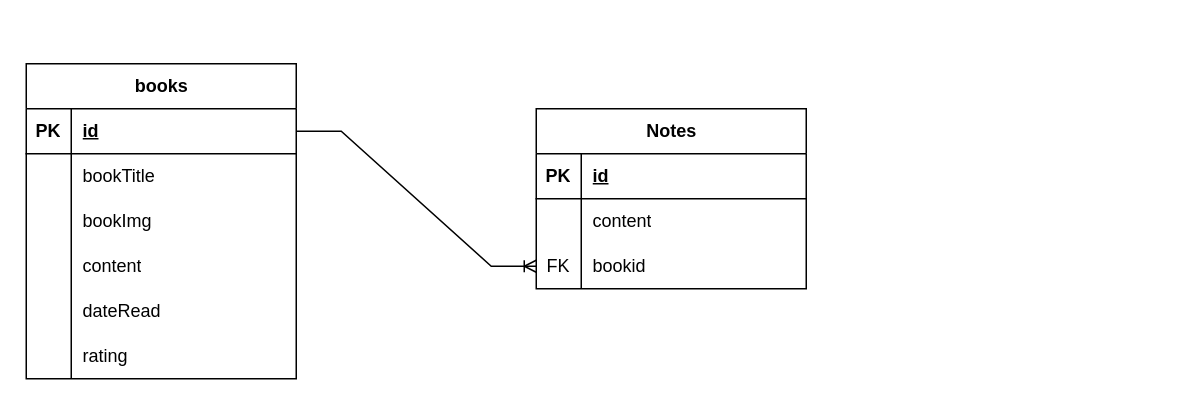
The draw.io diagram .idea/db diagram/database.drawio in Skioulis/Book-Notes, before the edit. Source tidied: cells renumbered, new cells numbered last; positions are measured from the earlier drawing's top-left corner, leaving out a move shared by most shapes. Both pictures are drawn from the tidied source at 150%, with x=0, y=0 at pixel (26, 63).
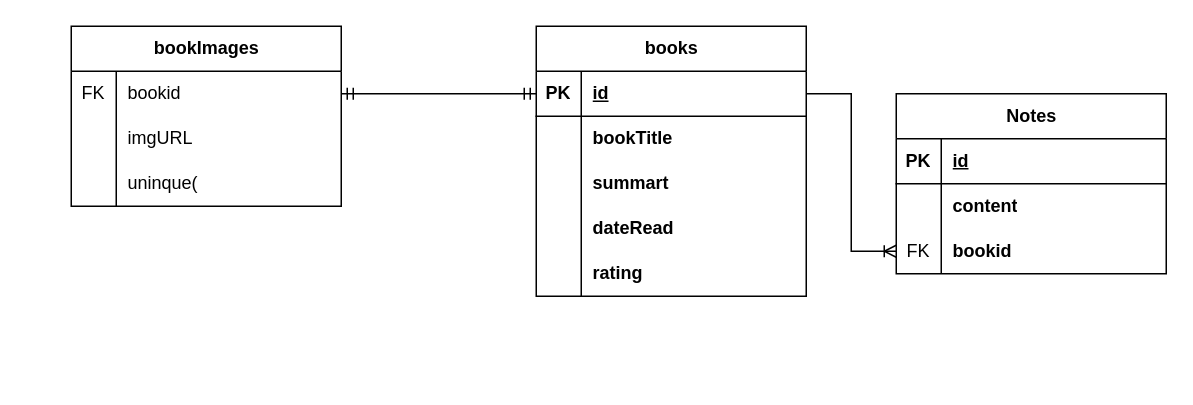
The same page after the edit.

Unchanged cells that the change refers to:
```xml
<mxCell id="3" style="shape=tableRow;horizontal=0;startSize=0;swimlaneHead=0;swimlaneBody=0;fillColor=none;points=[[0,0.5],[1,0.5]];portConstraint=eastwest;top=0;left=0;right=0;bottom=1;" parent="2" vertex="1">
  <mxGeometry y="30" width="180" height="30" as="geometry" />
</mxCell>
<mxCell id="6" style="shape=tableRow;horizontal=0;startSize=0;swimlaneHead=0;swimlaneBody=0;fillColor=none;top=0;left=0;right=0;bottom=0;" parent="2" vertex="1">
  <mxGeometry y="60" width="180" height="30" as="geometry" />
</mxCell>
<mxCell id="25" style="shape=tableRow;horizontal=0;startSize=0;swimlaneHead=0;swimlaneBody=0;fillColor=none;top=0;left=0;right=0;bottom=0;" parent="21" vertex="1">
  <mxGeometry y="60" width="180" height="30" as="geometry" />
</mxCell>
<mxCell id="28" style="shape=tableRow;horizontal=0;startSize=0;swimlaneHead=0;swimlaneBody=0;fillColor=none;points=[[0,0.5],[1,0.5]];portConstraint=eastwest;top=0;left=0;right=0;bottom=0;" parent="21" vertex="1">
  <mxGeometry y="90" width="180" height="30" as="geometry" />
</mxCell>
```

The edit, as a diff of the source:
```diff
@@
     <mxCell id="2" value="books" style="shape=table;startSize=30;childLayout=tableLayout;rowLines=0;fontStyle=1;align=center;html=1;" parent="1" vertex="1">
-      <mxGeometry width="180" height="210" as="geometry" />
+      <mxGeometry x="340" y="-25" width="180" height="180" as="geometry" />
     </mxCell>
@@
-    <mxCell id="8" value="bookTitle" style="shape=partialRectangle;fillColor=none;top=0;left=0;bottom=0;right=0;align=left;spacingLeft=6;overflow=hidden;whiteSpace=wrap;html=1;" parent="6" vertex="1">
+    <mxCell id="8" value="&lt;b&gt;bookTitle&lt;/b&gt;" style="shape=partialRectangle;fillColor=none;top=0;left=0;bottom=0;right=0;align=left;spacingLeft=6;overflow=hidden;whiteSpace=wrap;html=1;" parent="6" vertex="1">
       <mxGeometry x="30" width="150" height="30" as="geometry" />
     </mxCell>
-    <mxCell id="9" style="shape=tableRow;horizontal=0;startSize=0;swimlaneHead=0;swimlaneBody=0;fillColor=none;top=0;left=0;right=0;bottom=0;" parent="2" vertex="1">
-      <mxGeometry y="90" width="180" height="30" as="geometry" />
-    </mxCell>
-    <mxCell id="10" style="shape=partialRectangle;fillColor=none;top=0;left=0;bottom=0;right=0;overflow=hidden;whiteSpace=wrap;html=1;" parent="9" vertex="1">
-      <mxGeometry width="30" height="30" as="geometry" />
-    </mxCell>
-    <mxCell id="11" value="bookImg" style="shape=partialRectangle;fillColor=none;top=0;left=0;bottom=0;right=0;align=left;spacingLeft=6;overflow=hidden;whiteSpace=wrap;html=1;" parent="9" vertex="1">
-      <mxGeometry x="30" width="150" height="30" as="geometry" />
-    </mxCell>
     <mxCell id="12" style="shape=tableRow;horizontal=0;startSize=0;swimlaneHead=0;swimlaneBody=0;fillColor=none;top=0;left=0;right=0;bottom=0;" parent="2" vertex="1">
-      <mxGeometry y="120" width="180" height="30" as="geometry" />
+      <mxGeometry y="90" width="180" height="30" as="geometry" />
     </mxCell>
@@
-    <mxCell id="14" value="content" style="shape=partialRectangle;fillColor=none;top=0;left=0;bottom=0;right=0;align=left;spacingLeft=6;overflow=hidden;whiteSpace=wrap;html=1;" parent="12" vertex="1">
+    <mxCell id="14" value="summart" style="shape=partialRectangle;fillColor=none;top=0;left=0;bottom=0;right=0;align=left;spacingLeft=6;overflow=hidden;whiteSpace=wrap;html=1;fontStyle=1;" parent="12" vertex="1">
       <mxGeometry x="30" width="150" height="30" as="geometry" />
     </mxCell>
     <mxCell id="15" style="shape=tableRow;horizontal=0;startSize=0;swimlaneHead=0;swimlaneBody=0;fillColor=none;top=0;left=0;right=0;bottom=0;" parent="2" vertex="1">
-      <mxGeometry y="150" width="180" height="30" as="geometry" />
+      <mxGeometry y="120" width="180" height="30" as="geometry" />
     </mxCell>
@@
-    <mxCell id="17" value="dateRead" style="shape=partialRectangle;fillColor=none;top=0;left=0;bottom=0;right=0;align=left;spacingLeft=6;overflow=hidden;whiteSpace=wrap;html=1;" parent="15" vertex="1">
+    <mxCell id="17" value="dateRead" style="shape=partialRectangle;fillColor=none;top=0;left=0;bottom=0;right=0;align=left;spacingLeft=6;overflow=hidden;whiteSpace=wrap;html=1;fontStyle=1;" parent="15" vertex="1">
       <mxGeometry x="30" width="150" height="30" as="geometry" />
     </mxCell>
     <mxCell id="18" style="shape=tableRow;horizontal=0;startSize=0;swimlaneHead=0;swimlaneBody=0;fillColor=none;top=0;left=0;right=0;bottom=0;" parent="2" vertex="1">
-      <mxGeometry y="180" width="180" height="30" as="geometry" />
+      <mxGeometry y="150" width="180" height="30" as="geometry" />
     </mxCell>
@@
-    <mxCell id="20" value="rating" style="shape=partialRectangle;fillColor=none;top=0;left=0;bottom=0;right=0;align=left;spacingLeft=6;overflow=hidden;whiteSpace=wrap;html=1;" parent="18" vertex="1">
+    <mxCell id="20" value="rating" style="shape=partialRectangle;fillColor=none;top=0;left=0;bottom=0;right=0;align=left;spacingLeft=6;overflow=hidden;whiteSpace=wrap;html=1;fontStyle=1;" parent="18" vertex="1">
       <mxGeometry x="30" width="150" height="30" as="geometry" />
     </mxCell>
     <mxCell id="21" value="Notes" style="shape=table;startSize=30;childLayout=tableLayout;rowLines=0;fontStyle=1;align=center;html=1;" parent="1" vertex="1">
-      <mxGeometry x="340" y="30" width="180" height="120" as="geometry" />
+      <mxGeometry x="580" y="20" width="180" height="120" as="geometry" />
     </mxCell>
@@
-    <mxCell id="27" value="content" style="shape=partialRectangle;fillColor=none;top=0;left=0;bottom=0;right=0;align=left;spacingLeft=6;overflow=hidden;whiteSpace=wrap;html=1;" parent="25" vertex="1">
+    <mxCell id="27" value="&lt;b&gt;content&lt;/b&gt;" style="shape=partialRectangle;fillColor=none;top=0;left=0;bottom=0;right=0;align=left;spacingLeft=6;overflow=hidden;whiteSpace=wrap;html=1;" parent="25" vertex="1">
       <mxGeometry x="30" width="150" height="30" as="geometry" />
     </mxCell>
@@
-    <mxCell id="30" value="bookid" style="shape=partialRectangle;fillColor=none;top=0;left=0;bottom=0;right=0;align=left;spacingLeft=6;overflow=hidden;whiteSpace=wrap;html=1;" parent="28" vertex="1">
+    <mxCell id="30" value="bookid" style="shape=partialRectangle;fillColor=none;top=0;left=0;bottom=0;right=0;align=left;spacingLeft=6;overflow=hidden;whiteSpace=wrap;html=1;fontStyle=1;" parent="28" vertex="1">
       <mxGeometry x="30" width="150" height="30" as="geometry" />
     </mxCell>
@@
+    <mxCell id="32" value="bookImages" style="shape=table;startSize=30;childLayout=tableLayout;rowLines=0;fontStyle=1;align=center;html=1;" parent="1" vertex="1">
+      <mxGeometry x="30" y="-25" width="180" height="120" as="geometry" />
+    </mxCell>
+    <mxCell id="33" style="shape=tableRow;horizontal=0;startSize=0;swimlaneHead=0;swimlaneBody=0;fillColor=none;points=[[0,0.5],[1,0.5]];portConstraint=eastwest;top=0;left=0;right=0;bottom=0;" parent="32" vertex="1">
+      <mxGeometry y="30" width="180" height="30" as="geometry" />
+    </mxCell>
+    <mxCell id="34" value="FK" style="shape=partialRectangle;fillColor=none;top=0;left=0;bottom=0;right=0;overflow=hidden;whiteSpace=wrap;html=1;" parent="33" vertex="1">
+      <mxGeometry width="30" height="30" as="geometry" />
+    </mxCell>
+    <mxCell id="35" value="bookid" style="shape=partialRectangle;fillColor=none;top=0;left=0;bottom=0;right=0;align=left;spacingLeft=6;overflow=hidden;whiteSpace=wrap;html=1;" parent="33" vertex="1">
+      <mxGeometry x="30" width="150" height="30" as="geometry" />
+    </mxCell>
+    <mxCell id="36" style="shape=tableRow;horizontal=0;startSize=0;swimlaneHead=0;swimlaneBody=0;fillColor=none;top=0;left=0;right=0;bottom=0;" parent="32" vertex="1">
+      <mxGeometry y="60" width="180" height="30" as="geometry" />
+    </mxCell>
+    <mxCell id="37" style="shape=partialRectangle;fillColor=none;top=0;left=0;bottom=0;right=0;overflow=hidden;whiteSpace=wrap;html=1;" parent="36" vertex="1">
+      <mxGeometry width="30" height="30" as="geometry" />
+    </mxCell>
+    <mxCell id="38" value="imgURL" style="shape=partialRectangle;fillColor=none;top=0;left=0;bottom=0;right=0;align=left;spacingLeft=6;overflow=hidden;whiteSpace=wrap;html=1;" parent="36" vertex="1">
+      <mxGeometry x="30" width="150" height="30" as="geometry" />
+    </mxCell>
+    <mxCell id="9" style="shape=tableRow;horizontal=0;startSize=0;swimlaneHead=0;swimlaneBody=0;fillColor=none;top=0;left=0;right=0;bottom=0;" parent="32" vertex="1">
+      <mxGeometry y="90" width="180" height="30" as="geometry" />
+    </mxCell>
+    <mxCell id="39" style="shape=partialRectangle;fillColor=none;top=0;left=0;bottom=0;right=0;overflow=hidden;whiteSpace=wrap;html=1;" parent="9" vertex="1">
+      <mxGeometry width="30" height="30" as="geometry" />
+    </mxCell>
+    <mxCell id="40" value="uninque(" style="shape=partialRectangle;fillColor=none;top=0;left=0;bottom=0;right=0;align=left;spacingLeft=6;overflow=hidden;whiteSpace=wrap;html=1;" parent="9" vertex="1">
+      <mxGeometry x="30" width="150" height="30" as="geometry" />
+    </mxCell>
+    <mxCell id="41" style="edgeStyle=entityRelationEdgeStyle;fontSize=12;html=1;endArrow=ERmandOne;startArrow=ERmandOne;rounded=0;entryX=1;entryY=0.5;entryDx=0;entryDy=0;exitX=0;exitY=0.5;exitDx=0;exitDy=0;" parent="1" edge="1" source="3" target="33">
+      <mxGeometry relative="1" as="geometry" />
+    </mxCell>
```
